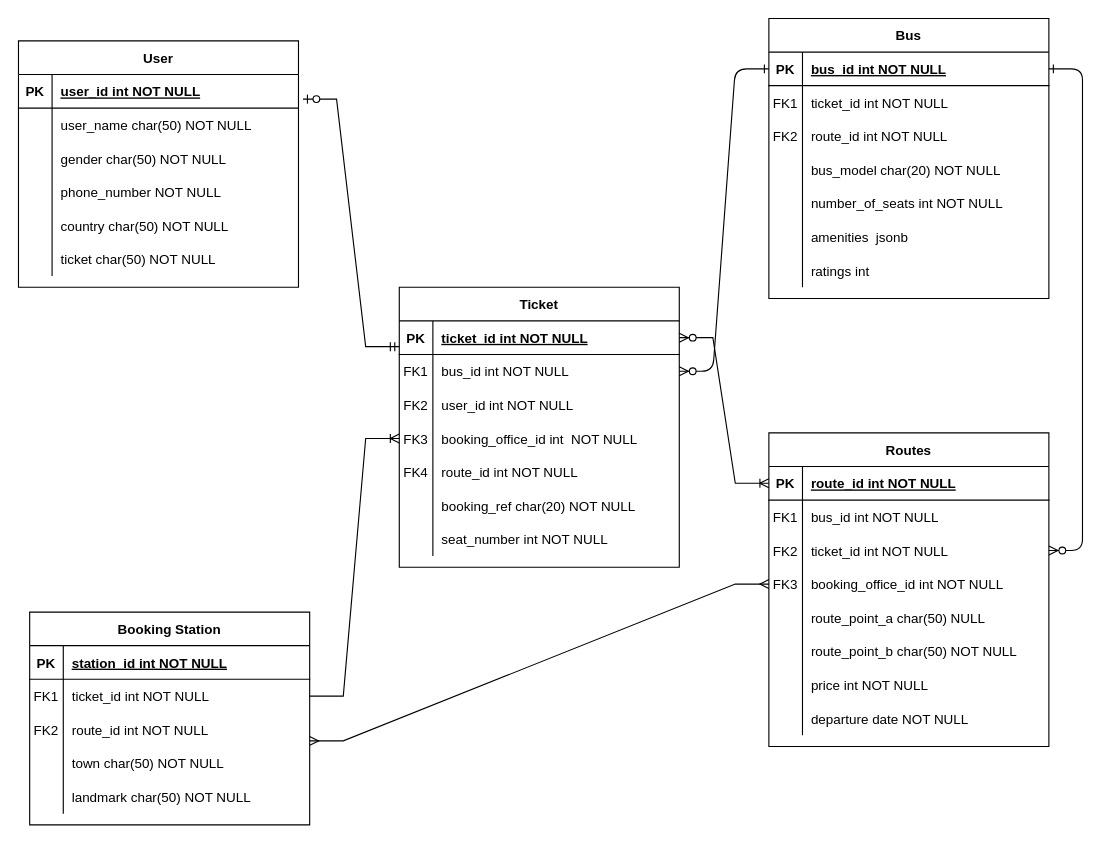
This is Untitled Diagram.drawio from SimonGideon/CODSOFT, a draw.io file, before an edit. Source tidied: cells renumbered, new cells numbered last; positions are measured from the earlier drawing's top-left corner, leaving out a move shared by most shapes. Both pictures are drawn from the tidied source at 112%, with x=0, y=0 at pixel (18, 18).
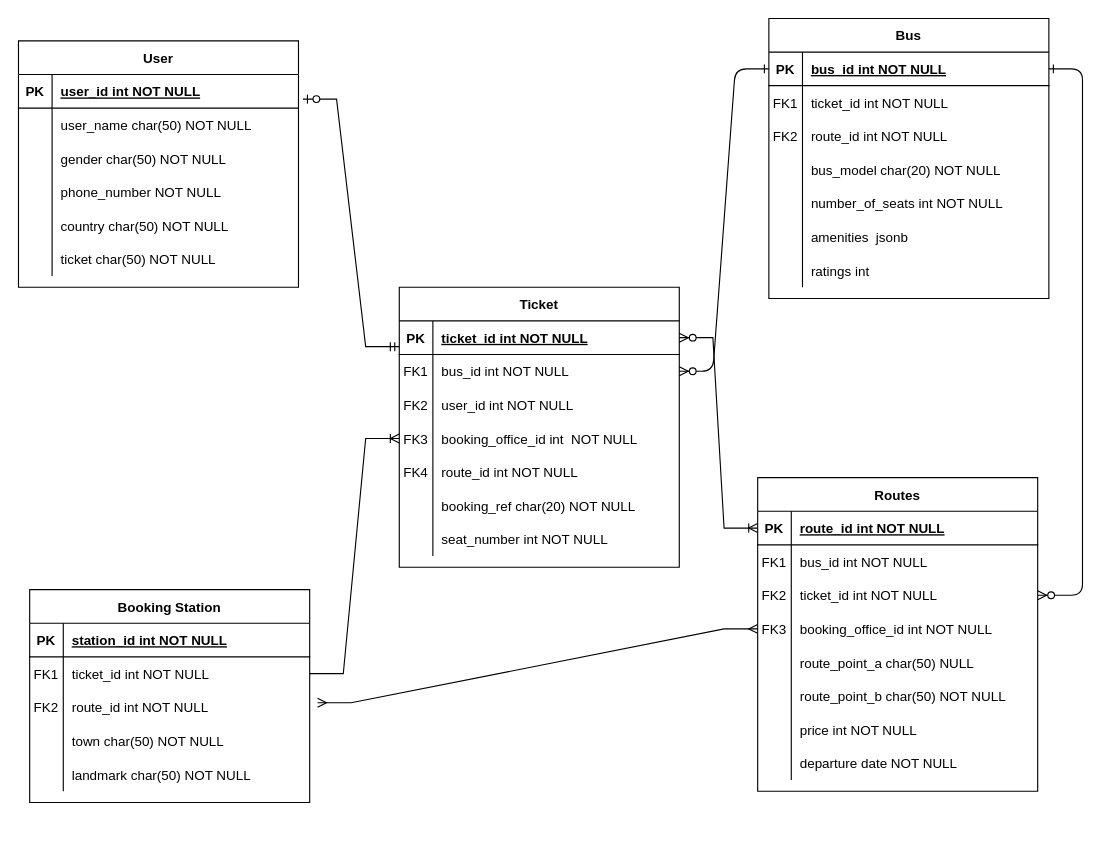
The same page after the edit.

Unchanged cells that the change refers to:
```xml
<mxCell id="35" style="shape=partialRectangle;fillColor=none;points=[[0,0.5],[1,0.5]];portConstraint=eastwest;top=0;left=0;right=0;bottom=0;" parent="25" vertex="1">
  <mxGeometry y="120" width="250" height="30" as="geometry" />
</mxCell>
<mxCell id="76" style="shape=partialRectangle;fillColor=none;points=[[0,0.5],[1,0.5]];portConstraint=eastwest;top=0;left=0;right=0;bottom=0;" parent="69" vertex="1">
  <mxGeometry y="90" width="250" height="30" as="geometry" />
</mxCell>
```

What changed in the source:
```diff
@@
     <mxCell id="25" value="Routes" style="shape=table;startSize=30;childLayout=tableLayout;rowLines=0;fontStyle=1;align=center;" parent="1" vertex="1">
-      <mxGeometry x="670" y="370" width="250" height="280" as="geometry" />
+      <mxGeometry x="660" y="410" width="250" height="280" as="geometry" />
     </mxCell>
@@
     <mxCell id="69" value="Booking Station" style="shape=table;startSize=30;childLayout=tableLayout;rowLines=0;fontStyle=1;align=center;" parent="1" vertex="1">
-      <mxGeometry x="10" y="530" width="250" height="190" as="geometry" />
+      <mxGeometry x="10" y="510" width="250" height="190" as="geometry" />
     </mxCell>
@@
-    <mxCell id="111" style="edgeStyle=entityRelationEdgeStyle;fontSize=12;html=1;endArrow=ERmany;startArrow=ERmany;rounded=0;" parent="1" edge="1" target="35">
-      <mxGeometry relative="1" as="geometry">
-        <mxPoint x="260" y="645" as="sourcePoint" />
-      </mxGeometry>
+    <mxCell id="111" style="edgeStyle=entityRelationEdgeStyle;fontSize=12;html=1;endArrow=ERmany;startArrow=ERmany;rounded=0;exitX=1.028;exitY=0.367;exitDx=0;exitDy=0;exitPerimeter=0;" parent="1" edge="1" source="76" target="35">
+      <mxGeometry relative="1" as="geometry" />
     </mxCell>
```
